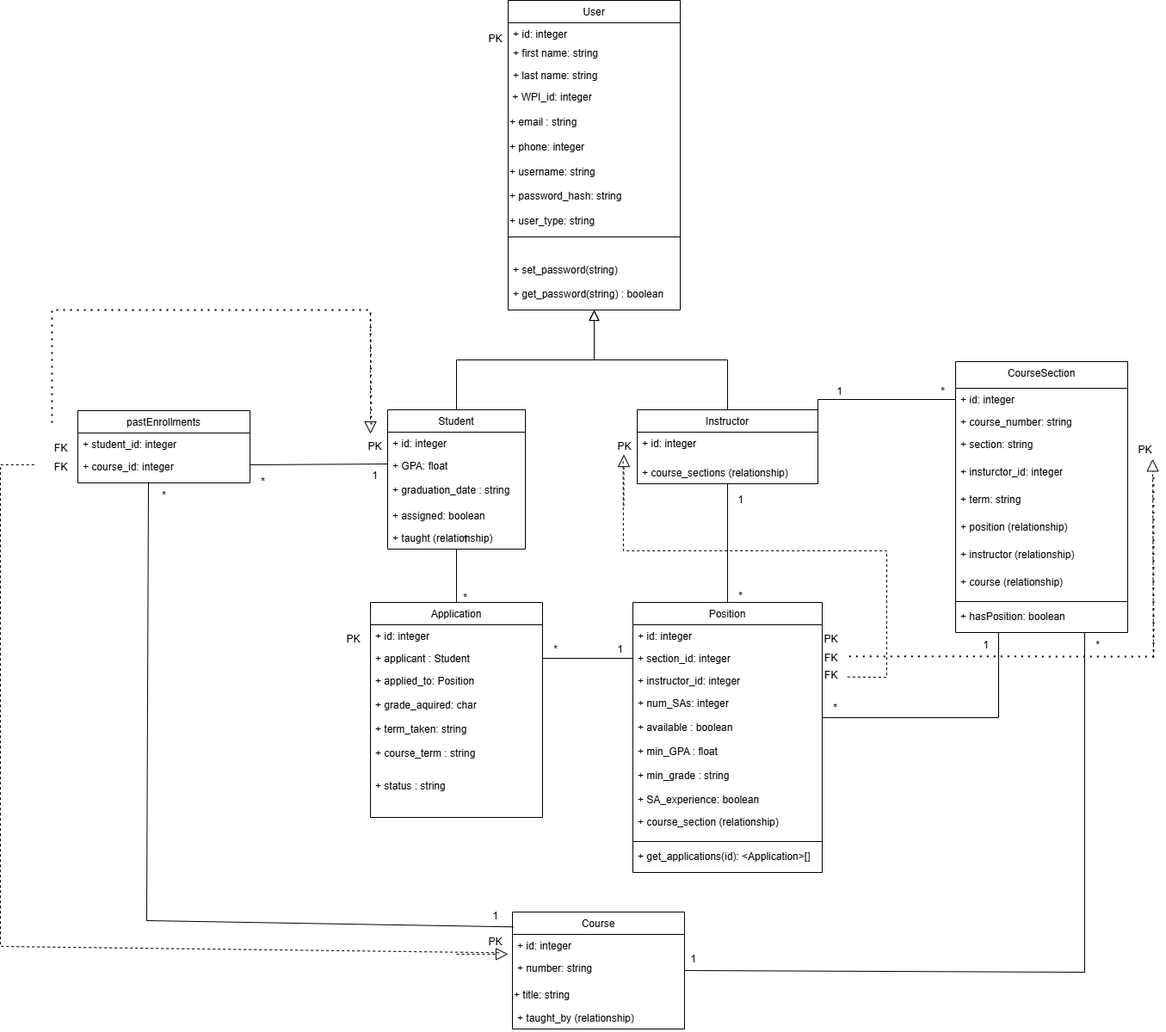
Above: documents/images/UML.png in irpatel0/TARecruitmentApplication (draw.io), before the change. Source tidied: cells renumbered, new cells last; positions are measured from the earlier drawing's top-left corner, leaving out a move shared by most shapes.
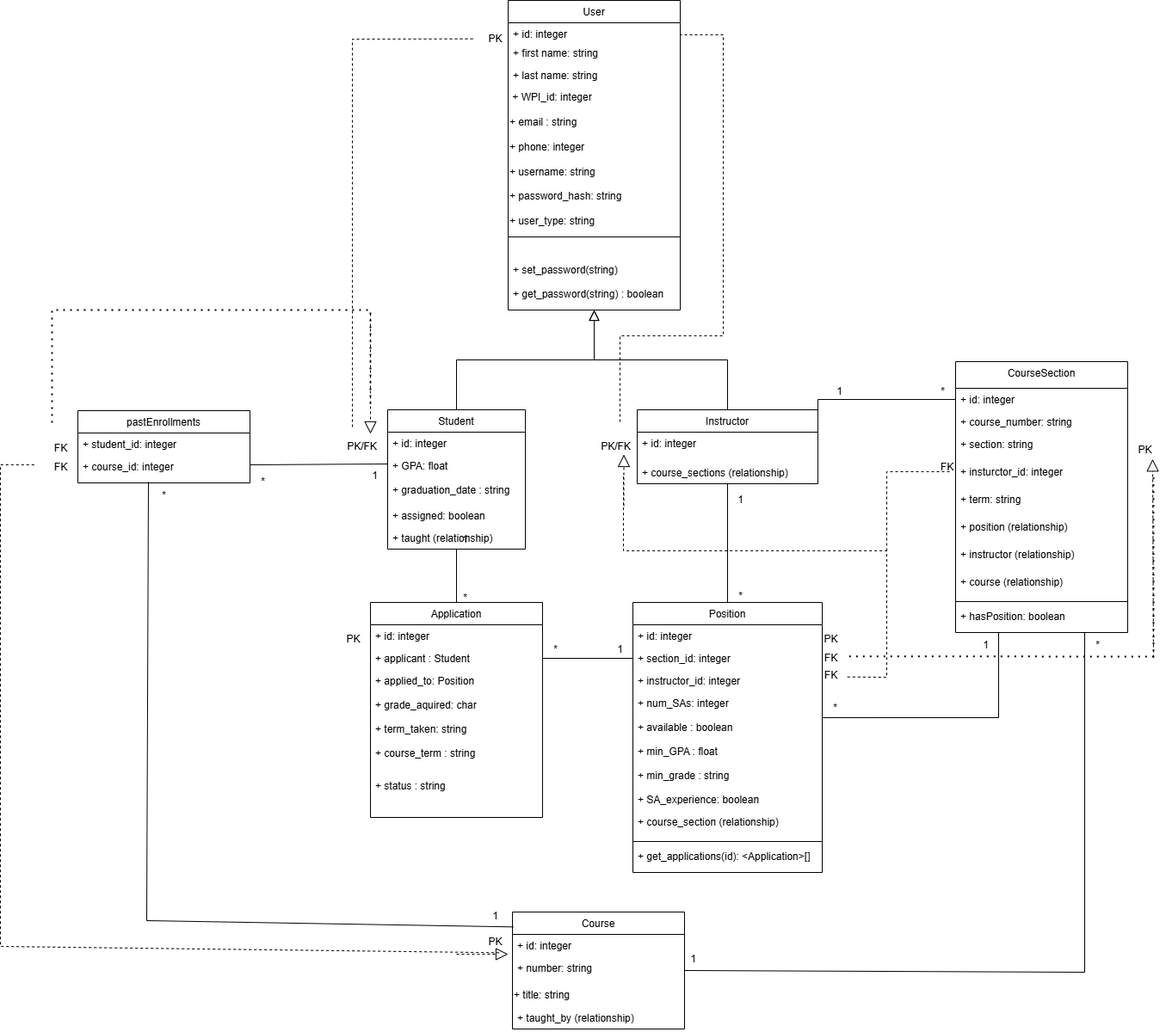
Later version of the same file.

Change to the diagram source:
```diff
@@ -262,12 +262,13 @@
         </Array>
       </mxGeometry>
     </mxCell>
-    <mxCell id="80" value="PK" style="text;html=1;align=center;verticalAlign=middle;points=[];strokeColor=none;fillColor=none;" parent="1" vertex="1">
-      <mxGeometry x="415" y="504" width="40" height="30" as="geometry" />
+    <mxCell id="80" value="PK/FK" style="text;html=1;align=center;verticalAlign=middle;points=[];strokeColor=none;fillColor=none;" parent="1" vertex="1">
+      <mxGeometry x="390" y="504" width="60" height="30" as="geometry" />
     </mxCell>
-    <mxCell id="81" style="endArrow=none;dashed=1;html=1;dashPattern=1 3;strokeWidth=2;rounded=0;entryX=0.4;entryY=-0.2;entryDx=0;entryDy=0;entryPerimeter=0;" parent="1" edge="1" target="80">
+    <mxCell id="81" style="endArrow=none;dashed=1;html=1;dashPattern=1 3;strokeWidth=2;rounded=0;" parent="1" edge="1">
       <mxGeometry relative="1" as="geometry">
         <mxPoint x="60" y="491" as="sourcePoint" />
+        <mxPoint x="430" y="470" as="targetPoint" />
         <Array as="points">
           <mxPoint x="60" y="360" />
           <mxPoint x="430" y="360" />
@@ -280,8 +281,8 @@
     <mxCell id="83" value="FK" style="text;html=1;align=center;verticalAlign=middle;points=[];strokeColor=none;fillColor=none;" parent="1" vertex="1">
       <mxGeometry x="945" y="770" width="40" height="30" as="geometry" />
     </mxCell>
-    <mxCell id="84" value="PK" style="text;html=1;align=center;verticalAlign=middle;points=[];strokeColor=none;fillColor=none;" parent="1" vertex="1">
-      <mxGeometry x="705" y="504" width="40" height="30" as="geometry" />
+    <mxCell id="84" value="PK/FK" style="text;html=1;align=center;verticalAlign=middle;points=[];strokeColor=none;fillColor=none;" parent="1" vertex="1">
+      <mxGeometry x="685" y="504" width="60" height="30" as="geometry" />
     </mxCell>
     <mxCell id="85" value="PK" style="text;html=1;align=center;verticalAlign=middle;points=[];strokeColor=none;fillColor=none;" parent="1" vertex="1">
       <mxGeometry x="1310" y="508" width="40" height="30" as="geometry" />
@@ -294,8 +295,9 @@
         </Array>
       </mxGeometry>
     </mxCell>
-    <mxCell id="87" style="endArrow=none;dashed=1;html=1;rounded=0;exitX=0.983;exitY=0.556;exitDx=0;exitDy=0;exitPerimeter=0;entryX=0.467;entryY=1.067;entryDx=0;entryDy=0;entryPerimeter=0;" parent="1" edge="1" source="83" target="84">
+    <mxCell id="87" style="endArrow=none;dashed=1;html=1;rounded=0;exitX=0.983;exitY=0.556;exitDx=0;exitDy=0;exitPerimeter=0;" parent="1" edge="1" source="83">
       <mxGeometry relative="1" as="geometry">
+        <mxPoint x="724" y="550" as="targetPoint" />
         <Array as="points">
           <mxPoint x="1030" y="787" />
           <mxPoint x="1030" y="640" />
@@ -335,5 +337,34 @@
         <mxPoint x="724.5" y="528" as="targetPoint" />
       </mxGeometry>
     </mxCell>
+    <mxCell id="95" style="endArrow=none;dashed=1;html=1;rounded=0;" parent="1" edge="1">
+      <mxGeometry relative="1" as="geometry">
+        <mxPoint x="720" y="490" as="sourcePoint" />
+        <mxPoint x="790" y="40" as="targetPoint" />
+        <Array as="points">
+          <mxPoint x="720" y="390" />
+          <mxPoint x="840" y="390" />
+          <mxPoint x="840" y="40" />
+        </Array>
+      </mxGeometry>
+    </mxCell>
+    <mxCell id="96" style="endArrow=none;dashed=1;html=1;rounded=0;entryX=-0.1;entryY=0.489;entryDx=0;entryDy=0;entryPerimeter=0;exitX=0.317;exitY=-0.267;exitDx=0;exitDy=0;exitPerimeter=0;" parent="1" edge="1" source="80" target="90">
+      <mxGeometry relative="1" as="geometry">
+        <Array as="points">
+          <mxPoint x="409" y="45" />
+        </Array>
+      </mxGeometry>
+    </mxCell>
+    <mxCell id="97" style="endArrow=none;dashed=1;html=1;rounded=0;entryX=-0.032;entryY=0.406;entryDx=0;entryDy=0;entryPerimeter=0;" parent="1" edge="1" target="23">
+      <mxGeometry relative="1" as="geometry">
+        <mxPoint x="1030" y="640" as="sourcePoint" />
+        <Array as="points">
+          <mxPoint x="1030" y="548" />
+        </Array>
+      </mxGeometry>
+    </mxCell>
+    <mxCell id="98" value="FK" style="text;html=1;align=center;verticalAlign=middle;strokeColor=none;fillColor=none;" parent="1" vertex="1">
+      <mxGeometry x="1080" y="528" width="40" height="30" as="geometry" />
+    </mxCell>
   </root>
 </mxGraphModel>
```
